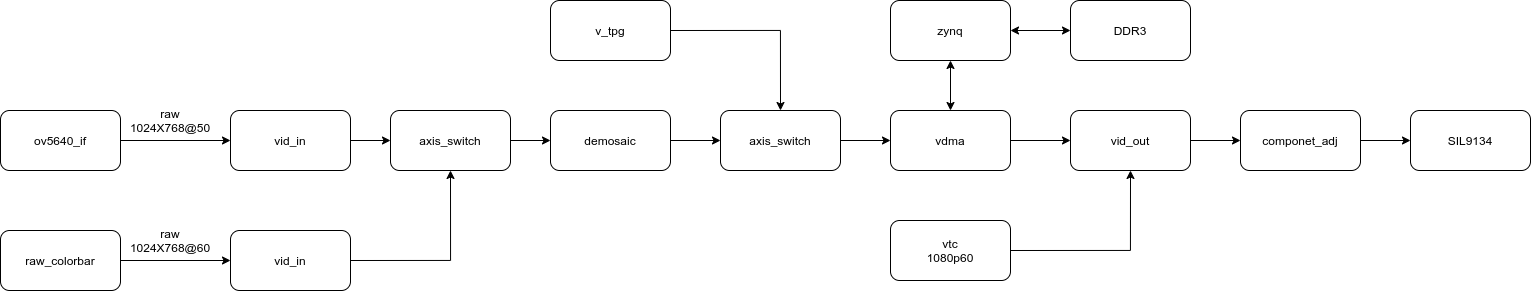
Above: doc/raw_ov5640_colorbar_vdma_hdmi.png in yxgi5/play_zynq (draw.io), before the change. Source tidied: cells renumbered, new cells last; positions are measured from the earlier drawing's top-left corner, leaving out a move shared by most shapes. Source of this version:
```xml
<mxGraphModel>
  <root>
    <mxCell id="0" />
    <mxCell id="1" parent="0" />
    <mxCell id="2" style="edgeStyle=orthogonalEdgeStyle;rounded=0;jettySize=auto;html=1;exitX=1;exitY=0.5;exitDx=0;exitDy=0;entryX=0;entryY=0.5;entryDx=0;entryDy=0;" parent="1" edge="1" source="3" target="19">
      <mxGeometry relative="1" as="geometry" />
    </mxCell>
    <mxCell id="3" value="vid_in" style="rounded=1;whiteSpace=wrap;html=1;" parent="1" vertex="1">
      <mxGeometry x="230" y="110" width="120" height="60" as="geometry" />
    </mxCell>
    <mxCell id="4" style="edgeStyle=orthogonalEdgeStyle;rounded=0;jettySize=auto;html=1;exitX=1;exitY=0.5;exitDx=0;exitDy=0;entryX=0;entryY=0.5;entryDx=0;entryDy=0;" parent="1" edge="1" source="5" target="32">
      <mxGeometry relative="1" as="geometry" />
    </mxCell>
    <mxCell id="5" value="vid_out" style="rounded=1;whiteSpace=wrap;html=1;" parent="1" vertex="1">
      <mxGeometry x="1070" y="110" width="120" height="60" as="geometry" />
    </mxCell>
    <mxCell id="6" style="edgeStyle=orthogonalEdgeStyle;rounded=0;jettySize=auto;html=1;exitX=1;exitY=0.5;exitDx=0;exitDy=0;entryX=0.5;entryY=1;entryDx=0;entryDy=0;" parent="1" edge="1" source="7" target="5">
      <mxGeometry relative="1" as="geometry" />
    </mxCell>
    <mxCell id="7" value="vtc&lt;br&gt;1080p60" style="rounded=1;whiteSpace=wrap;html=1;" parent="1" vertex="1">
      <mxGeometry x="890" y="220" width="120" height="60" as="geometry" />
    </mxCell>
    <mxCell id="8" value="SIL9134" style="rounded=1;whiteSpace=wrap;html=1;" parent="1" vertex="1">
      <mxGeometry x="1410" y="110" width="120" height="60" as="geometry" />
    </mxCell>
    <mxCell id="9" style="edgeStyle=orthogonalEdgeStyle;rounded=0;jettySize=auto;html=1;exitX=1;exitY=0.5;exitDx=0;exitDy=0;entryX=0;entryY=0.5;entryDx=0;entryDy=0;" parent="1" edge="1" source="10" target="5">
      <mxGeometry relative="1" as="geometry" />
    </mxCell>
    <mxCell id="10" value="vdma" style="rounded=1;whiteSpace=wrap;html=1;" parent="1" vertex="1">
      <mxGeometry x="890" y="110" width="120" height="60" as="geometry" />
    </mxCell>
    <mxCell id="11" style="edgeStyle=orthogonalEdgeStyle;rounded=0;jettySize=auto;html=1;exitX=1;exitY=0.5;exitDx=0;exitDy=0;entryX=0;entryY=0.5;entryDx=0;entryDy=0;startArrow=classic;startFill=1;" parent="1" edge="1" source="13" target="14">
      <mxGeometry relative="1" as="geometry" />
    </mxCell>
    <mxCell id="12" style="edgeStyle=orthogonalEdgeStyle;rounded=0;jettySize=auto;html=1;exitX=0.5;exitY=1;exitDx=0;exitDy=0;entryX=0.5;entryY=0;entryDx=0;entryDy=0;startArrow=classic;startFill=1;" parent="1" edge="1" source="13" target="10">
      <mxGeometry relative="1" as="geometry" />
    </mxCell>
    <mxCell id="13" value="zynq" style="rounded=1;whiteSpace=wrap;html=1;" parent="1" vertex="1">
      <mxGeometry x="890" width="120" height="60" as="geometry" />
    </mxCell>
    <mxCell id="14" value="DDR3" style="rounded=1;whiteSpace=wrap;html=1;" parent="1" vertex="1">
      <mxGeometry x="1070" width="120" height="60" as="geometry" />
    </mxCell>
    <mxCell id="15" style="edgeStyle=orthogonalEdgeStyle;rounded=0;jettySize=auto;html=1;exitX=1;exitY=0.5;exitDx=0;exitDy=0;entryX=0;entryY=0.5;entryDx=0;entryDy=0;startArrow=none;startFill=0;" parent="1" edge="1" source="16" target="3">
      <mxGeometry relative="1" as="geometry" />
    </mxCell>
    <mxCell id="16" value="ov5640_if" style="rounded=1;whiteSpace=wrap;html=1;" parent="1" vertex="1">
      <mxGeometry y="110" width="120" height="60" as="geometry" />
    </mxCell>
    <mxCell id="17" value="raw&lt;br&gt;1024X768@50" style="text;html=1;strokeColor=none;fillColor=none;align=center;verticalAlign=middle;whiteSpace=wrap;rounded=0;" parent="1" vertex="1">
      <mxGeometry x="150" y="110" width="40" height="20" as="geometry" />
    </mxCell>
    <mxCell id="18" style="edgeStyle=orthogonalEdgeStyle;rounded=0;jettySize=auto;html=1;exitX=1;exitY=0.5;exitDx=0;exitDy=0;entryX=0;entryY=0.5;entryDx=0;entryDy=0;" parent="1" edge="1" source="19" target="21">
      <mxGeometry relative="1" as="geometry" />
    </mxCell>
    <mxCell id="19" value="axis_switch" style="rounded=1;whiteSpace=wrap;html=1;" parent="1" vertex="1">
      <mxGeometry x="390" y="110" width="120" height="60" as="geometry" />
    </mxCell>
    <mxCell id="20" style="edgeStyle=orthogonalEdgeStyle;rounded=0;jettySize=auto;html=1;exitX=1;exitY=0.5;exitDx=0;exitDy=0;entryX=0;entryY=0.5;entryDx=0;entryDy=0;" parent="1" edge="1" source="21" target="30">
      <mxGeometry relative="1" as="geometry" />
    </mxCell>
    <mxCell id="21" value="demosaic" style="rounded=1;whiteSpace=wrap;html=1;" parent="1" vertex="1">
      <mxGeometry x="550" y="110" width="120" height="60" as="geometry" />
    </mxCell>
    <mxCell id="22" style="edgeStyle=orthogonalEdgeStyle;rounded=0;jettySize=auto;html=1;exitX=1;exitY=0.5;exitDx=0;exitDy=0;entryX=0;entryY=0.5;entryDx=0;entryDy=0;" parent="1" edge="1" source="23" target="25">
      <mxGeometry relative="1" as="geometry" />
    </mxCell>
    <mxCell id="23" value="raw_colorbar" style="rounded=1;whiteSpace=wrap;html=1;" parent="1" vertex="1">
      <mxGeometry y="230" width="120" height="60" as="geometry" />
    </mxCell>
    <mxCell id="24" style="edgeStyle=orthogonalEdgeStyle;rounded=0;jettySize=auto;html=1;exitX=1;exitY=0.5;exitDx=0;exitDy=0;entryX=0.5;entryY=1;entryDx=0;entryDy=0;" parent="1" edge="1" source="25" target="19">
      <mxGeometry relative="1" as="geometry" />
    </mxCell>
    <mxCell id="25" value="vid_in" style="rounded=1;whiteSpace=wrap;html=1;" parent="1" vertex="1">
      <mxGeometry x="230" y="230" width="120" height="60" as="geometry" />
    </mxCell>
    <mxCell id="26" value="raw&lt;br&gt;1024X768@60" style="text;html=1;strokeColor=none;fillColor=none;align=center;verticalAlign=middle;whiteSpace=wrap;rounded=0;" parent="1" vertex="1">
      <mxGeometry x="150" y="230" width="40" height="20" as="geometry" />
    </mxCell>
    <mxCell id="27" style="edgeStyle=orthogonalEdgeStyle;rounded=0;jettySize=auto;html=1;exitX=1;exitY=0.5;exitDx=0;exitDy=0;entryX=0.5;entryY=0;entryDx=0;entryDy=0;" parent="1" edge="1" source="28" target="30">
      <mxGeometry relative="1" as="geometry" />
    </mxCell>
    <mxCell id="28" value="v_tpg" style="rounded=1;whiteSpace=wrap;html=1;" parent="1" vertex="1">
      <mxGeometry x="550" width="120" height="60" as="geometry" />
    </mxCell>
    <mxCell id="29" style="edgeStyle=orthogonalEdgeStyle;rounded=0;jettySize=auto;html=1;exitX=1;exitY=0.5;exitDx=0;exitDy=0;entryX=0;entryY=0.5;entryDx=0;entryDy=0;" parent="1" edge="1" source="30" target="10">
      <mxGeometry relative="1" as="geometry" />
    </mxCell>
    <mxCell id="30" value="axis_switch" style="rounded=1;whiteSpace=wrap;html=1;" parent="1" vertex="1">
      <mxGeometry x="720" y="110" width="120" height="60" as="geometry" />
    </mxCell>
    <mxCell id="31" style="edgeStyle=orthogonalEdgeStyle;rounded=0;jettySize=auto;html=1;exitX=1;exitY=0.5;exitDx=0;exitDy=0;" parent="1" edge="1" source="32" target="8">
      <mxGeometry relative="1" as="geometry" />
    </mxCell>
    <mxCell id="32" value="componet_adj" style="rounded=1;whiteSpace=wrap;html=1;" parent="1" vertex="1">
      <mxGeometry x="1240" y="110" width="120" height="60" as="geometry" />
    </mxCell>
  </root>
</mxGraphModel>
```
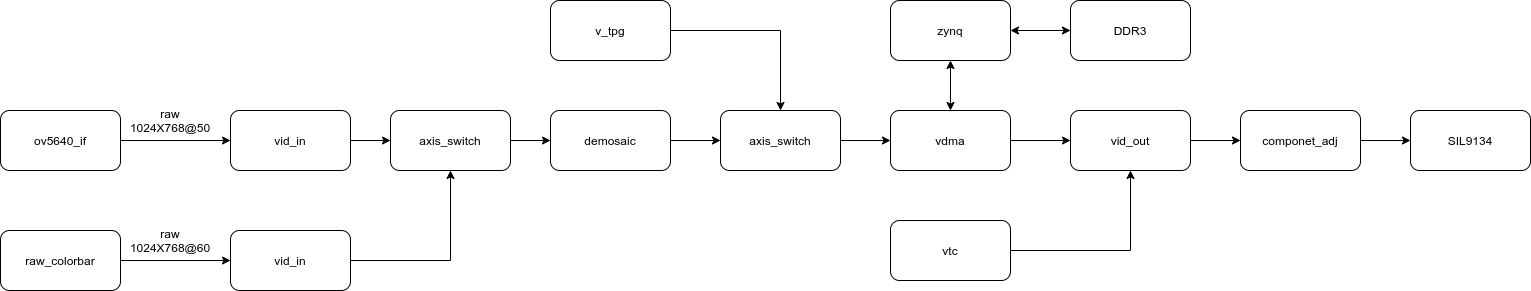
The same file after the commit.

The edit, as a diff of the source:
```diff
@@ -17,7 +17,7 @@
     <mxCell id="6" style="edgeStyle=orthogonalEdgeStyle;rounded=0;jettySize=auto;html=1;exitX=1;exitY=0.5;exitDx=0;exitDy=0;entryX=0.5;entryY=1;entryDx=0;entryDy=0;" parent="1" edge="1" source="7" target="5">
       <mxGeometry relative="1" as="geometry" />
     </mxCell>
-    <mxCell id="7" value="vtc&lt;br&gt;1080p60" style="rounded=1;whiteSpace=wrap;html=1;" parent="1" vertex="1">
+    <mxCell id="7" value="vtc" style="rounded=1;whiteSpace=wrap;html=1;" parent="1" vertex="1">
       <mxGeometry x="890" y="220" width="120" height="60" as="geometry" />
     </mxCell>
     <mxCell id="8" value="SIL9134" style="rounded=1;whiteSpace=wrap;html=1;" parent="1" vertex="1">
```
